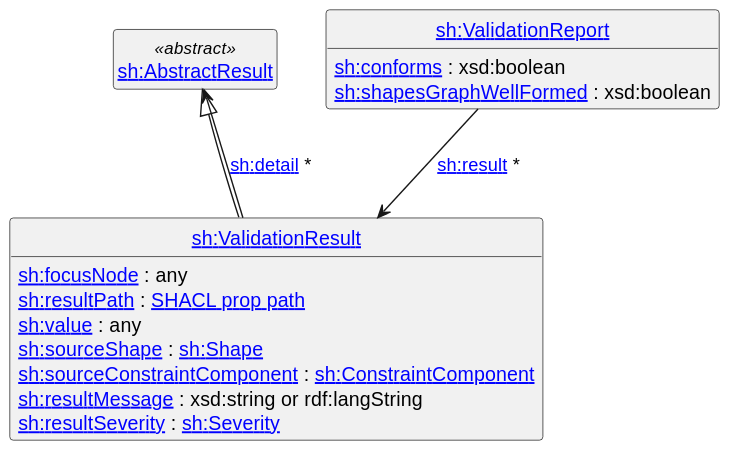
This is shacl12-core/images/ValidationReport-UML.svg from w3c/data-shapes, a PlantUML export, as it was before one commit. Source of this version:
```plantuml
@startuml
hide circles
hide empty members
skinparam pathHoverColor red ' on cover, highlight blue links as red

class "<color:blue><u>sh:ValidationReport" as ValidationReport [[#results-validation-report]] {
  [[#conforms sh:conforms]] : xsd:boolean
  [[#shapesGraphWellFormed sh:shapesGraphWellFormed]] : xsd:boolean
}

class "<color:blue><u>sh:AbstractResult" as AbstractResult <<abstract>> [[#results-validation-result]] {
}

class "<color:blue><u>sh:ValidationResult" as ValidationResult [[#results-validation-result]] {
  [[#results-focus-node sh:focusNode]] : any
  [[#results-path sh:resultPath]] : [[#property-paths SHACL prop path]]
  [[#results-value sh:value]] : any
  [[#results-source-shape sh:sourceShape]] : [[#shapes sh:Shape]]
  [[#results-source-constraint-component sh:sourceConstraintComponent]] : [[#dfn-constraint-component sh:ConstraintComponent]]
  [[#results-message sh:resultMessage]] : xsd:string or rdf:langString
  [[#results-severity sh:resultSeverity]] : [[#severity sh:Severity]]
}

ValidationReport --> ValidationResult : [[#result sh:result]] *
AbstractResult <|-down- ValidationResult
ValidationResult -up-> AbstractResult : [[#results-detail sh:detail]] *
@enduml
```
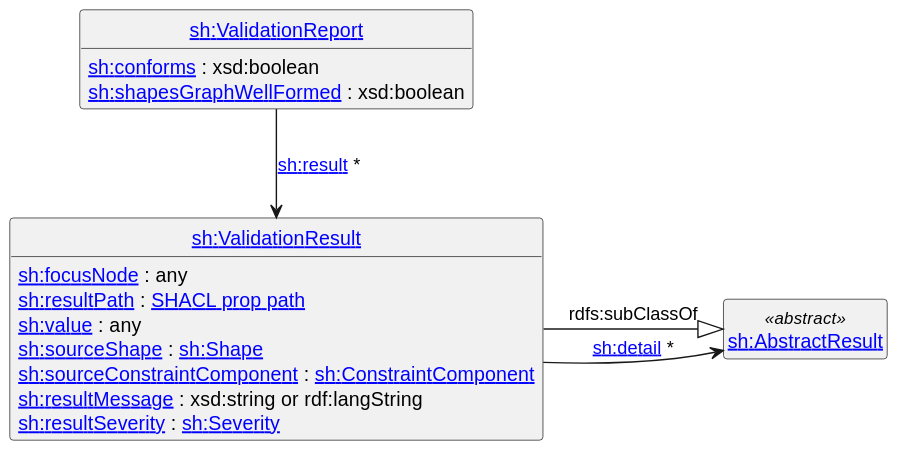
The same file after the commit.

Commit message:
add label "subClassOf" to avoid 2 arrows on top of each other

What changed in the source:
```diff
@@ -22,6 +22,6 @@
 }
 
 ValidationReport --> ValidationResult : [[#result sh:result]] *
-AbstractResult <|-down- ValidationResult
-ValidationResult -up-> AbstractResult : [[#results-detail sh:detail]] *
+AbstractResult <|-left- ValidationResult : rdfs:subClassOf
+ValidationResult -right-> AbstractResult : [[#results-detail sh:detail]] *
 @enduml
```
